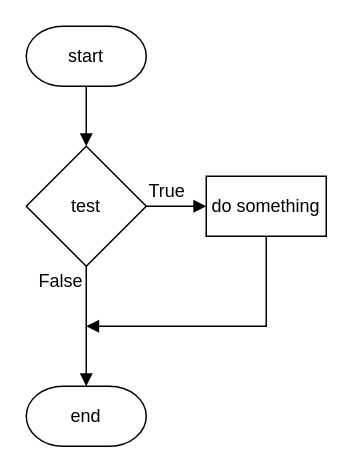
The draw.io diagram page "fc if-2" (3 of 17) of n5-cs/sdd/assets/N5 SDD.drawio in MrFriendCS/MrFriendCS.github.io, before the edit. Source tidied: cells renumbered, new cells numbered last; positions are measured from the earlier drawing's top-left corner, leaving out a move shared by most shapes. Both pictures are drawn from the tidied source at 150%, with x=0, y=0 at pixel (26, 26).
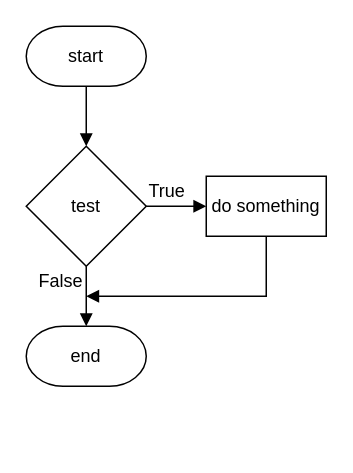
Above is the later version.

Diff of the diagram source:
```diff
@@
 <mxGraphModel>
   <root>
     <mxCell id="0" />
     <mxCell id="1" parent="0" />
     <mxCell id="2" style="edgeStyle=orthogonalEdgeStyle;rounded=0;jettySize=auto;html=1;exitX=0.5;exitY=1;exitDx=0;exitDy=0;entryX=0.5;entryY=0;entryDx=0;entryDy=0;exitPerimeter=0;endArrow=block;endFill=1;" parent="1" edge="1" source="4" target="7">
       <mxGeometry relative="1" as="geometry" />
     </mxCell>
     <mxCell id="3" value="True" style="text;html=1;strokeColor=none;fillColor=none;align=left;verticalAlign=middle;whiteSpace=wrap;rounded=0;" parent="1" vertex="1">
       <mxGeometry x="80" y="100" width="40" height="20" as="geometry" />
     </mxCell>
     <mxCell id="4" value="start" style="strokeWidth=1;html=1;shape=mxgraph.flowchart.terminator;whiteSpace=wrap;fillColor=none;" parent="1" vertex="1">
       <mxGeometry width="80" height="40" as="geometry" />
     </mxCell>
     <mxCell id="5" value="end" style="strokeWidth=1;html=1;shape=mxgraph.flowchart.terminator;whiteSpace=wrap;fillColor=none;" parent="1" vertex="1">
-      <mxGeometry y="240" width="80" height="40" as="geometry" />
+      <mxGeometry y="200" width="80" height="40" as="geometry" />
     </mxCell>
     <mxCell id="6" style="edgeStyle=orthogonalEdgeStyle;rounded=0;jettySize=auto;html=1;exitX=1;exitY=0.5;exitDx=0;exitDy=0;entryX=0;entryY=0.5;entryDx=0;entryDy=0;endArrow=block;endFill=1;" parent="1" edge="1" source="7" target="9">
       <mxGeometry relative="1" as="geometry" />
     </mxCell>
     <mxCell id="7" value="test" style="rhombus;whiteSpace=wrap;html=1;fillColor=none;" parent="1" vertex="1">
       <mxGeometry y="80" width="80" height="80" as="geometry" />
     </mxCell>
-    <mxCell id="8" style="edgeStyle=orthogonalEdgeStyle;shape=connector;rounded=0;jettySize=auto;html=1;exitX=0.5;exitY=1;exitDx=0;exitDy=0;strokeColor=default;align=center;verticalAlign=middle;fontFamily=Helvetica;fontSize=11;fontColor=default;labelBackgroundColor=default;endArrow=block;endFill=1;" parent="1" edge="1" source="9">
+    <mxCell id="8" style="edgeStyle=orthogonalEdgeStyle;shape=connector;rounded=0;jettySize=auto;html=1;exitX=0.5;exitY=1;exitDx=0;exitDy=0;strokeColor=default;align=center;verticalAlign=middle;fontFamily=Helvetica;fontSize=11;fontColor=default;labelBackgroundColor=default;endArrow=block;endFill=1;entryX=1;entryY=1;entryDx=0;entryDy=0;" parent="1" edge="1" source="9" target="10">
       <mxGeometry relative="1" as="geometry">
-        <mxPoint x="40" y="200" as="targetPoint" />
         <Array as="points">
-          <mxPoint x="160" y="200" />
-          <mxPoint x="40" y="200" />
+          <mxPoint x="160" y="180" />
         </Array>
       </mxGeometry>
     </mxCell>
     <mxCell id="9" value="do something" style="rounded=0;whiteSpace=wrap;html=1;fillColor=none;" parent="1" vertex="1">
       <mxGeometry x="120" y="100" width="80" height="40" as="geometry" />
     </mxCell>
     <mxCell id="10" value="False" style="text;html=1;strokeColor=none;fillColor=none;align=right;verticalAlign=middle;whiteSpace=wrap;rounded=0;" parent="1" vertex="1">
       <mxGeometry y="160" width="40" height="20" as="geometry" />
     </mxCell>
     <mxCell id="11" style="edgeStyle=orthogonalEdgeStyle;shape=connector;rounded=0;jettySize=auto;html=1;exitX=0.5;exitY=1;exitDx=0;exitDy=0;strokeColor=default;align=center;verticalAlign=middle;fontFamily=Helvetica;fontSize=11;fontColor=default;labelBackgroundColor=default;endArrow=block;endFill=1;entryX=0.5;entryY=0;entryDx=0;entryDy=0;entryPerimeter=0;" parent="1" edge="1" source="7" target="5">
       <mxGeometry relative="1" as="geometry" />
     </mxCell>
   </root>
 </mxGraphModel>
```
